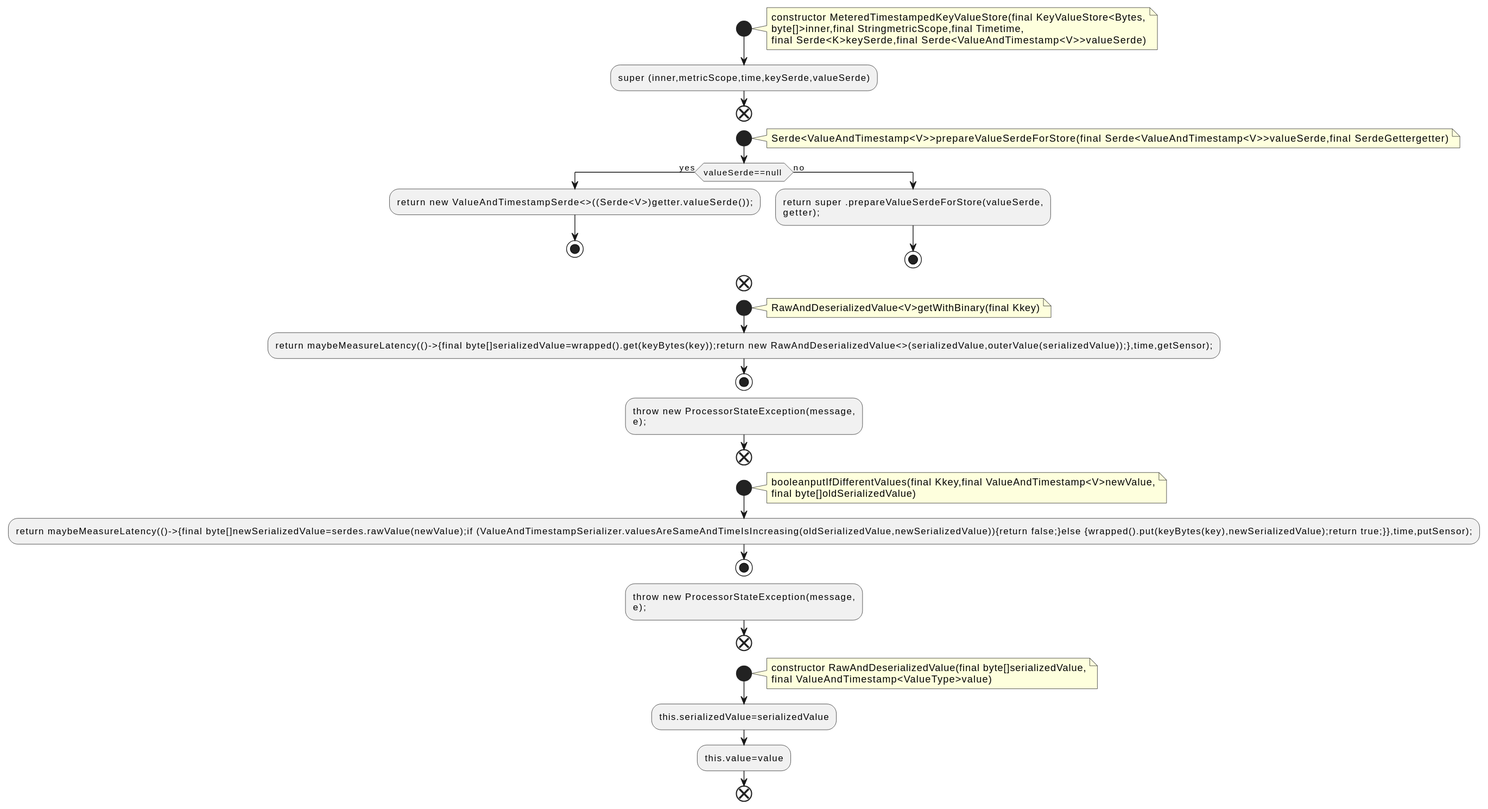
The PlantUML diagram docs/qc/streams/src/main/java/org/apache/kafka/streams/state/internals/MeteredTimestampedKeyValueStore.java.fct.svg in qualitesys/kafka, before a commit.
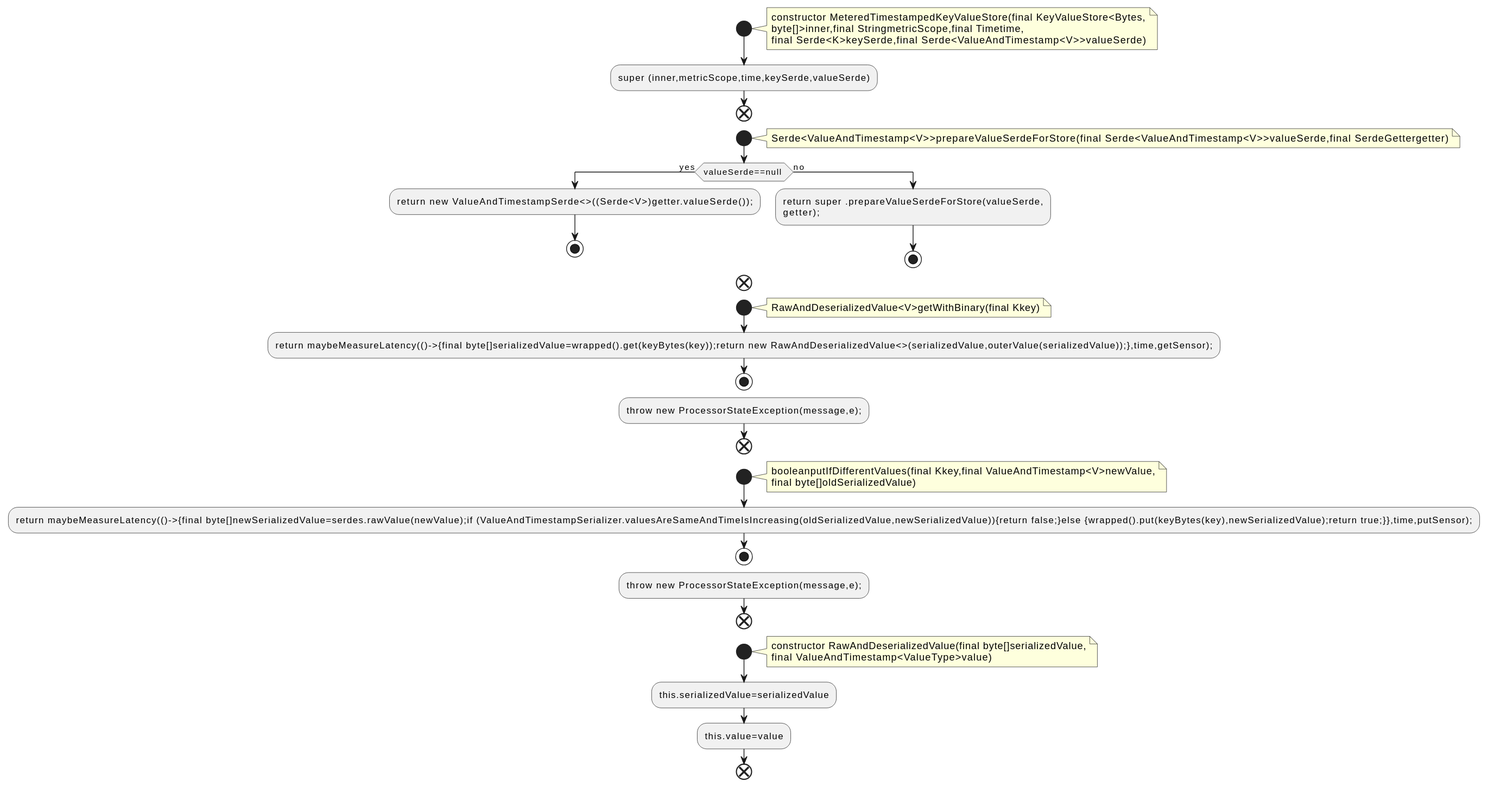
After the commit.

What changed in the source:
```diff
@@ -27,8 +27,7 @@
 end note
 :return maybeMeasureLatency(()->{final byte[]serializedValue=wrapped().get(keyBytes(key));return new RawAndDeserializedValue<>(serializedValue,outerValue(serializedValue));},time,getSensor);;
 stop
-:throw new ProcessorStateException(message,
-e);;
+:throw new ProcessorStateException(message,e);;
 end
 start
 note right
@@ -37,8 +36,7 @@
 end note
 :return maybeMeasureLatency(()->{final byte[]newSerializedValue=serdes.rawValue(newValue);if (ValueAndTimestampSerializer.valuesAreSameAndTimeIsIncreasing(oldSerializedValue,newSerializedValue)){return false;}else {wrapped().put(keyBytes(key),newSerializedValue);return true;}},time,putSensor);;
 stop
-:throw new ProcessorStateException(message,
-e);;
+:throw new ProcessorStateException(message,e);;
 end
 start
 note right
```
